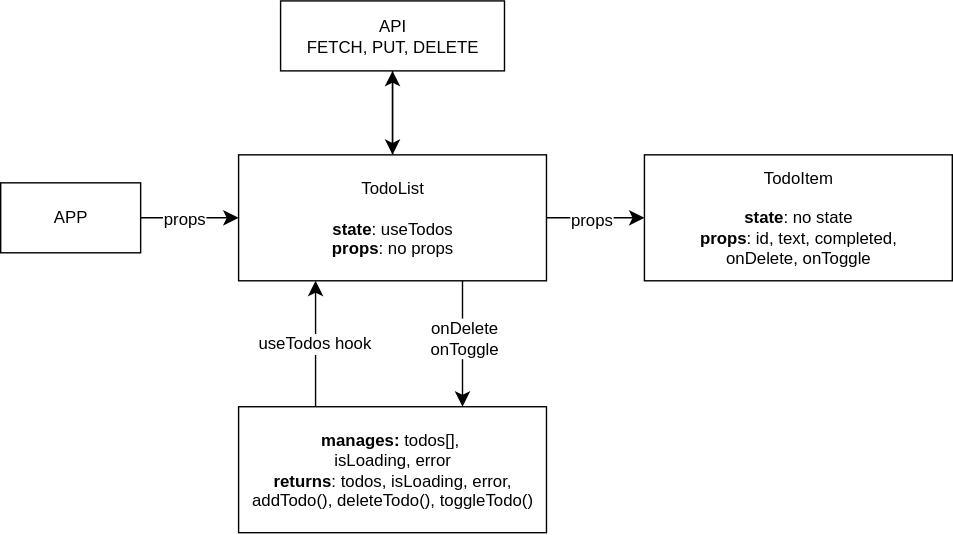
Above: lab4/Diagram.svg in bohdanmuko/ReactProject (draw.io), before the change. Source tidied: cells renumbered, new cells last; positions are measured from the earlier drawing's top-left corner, leaving out a move shared by most shapes.
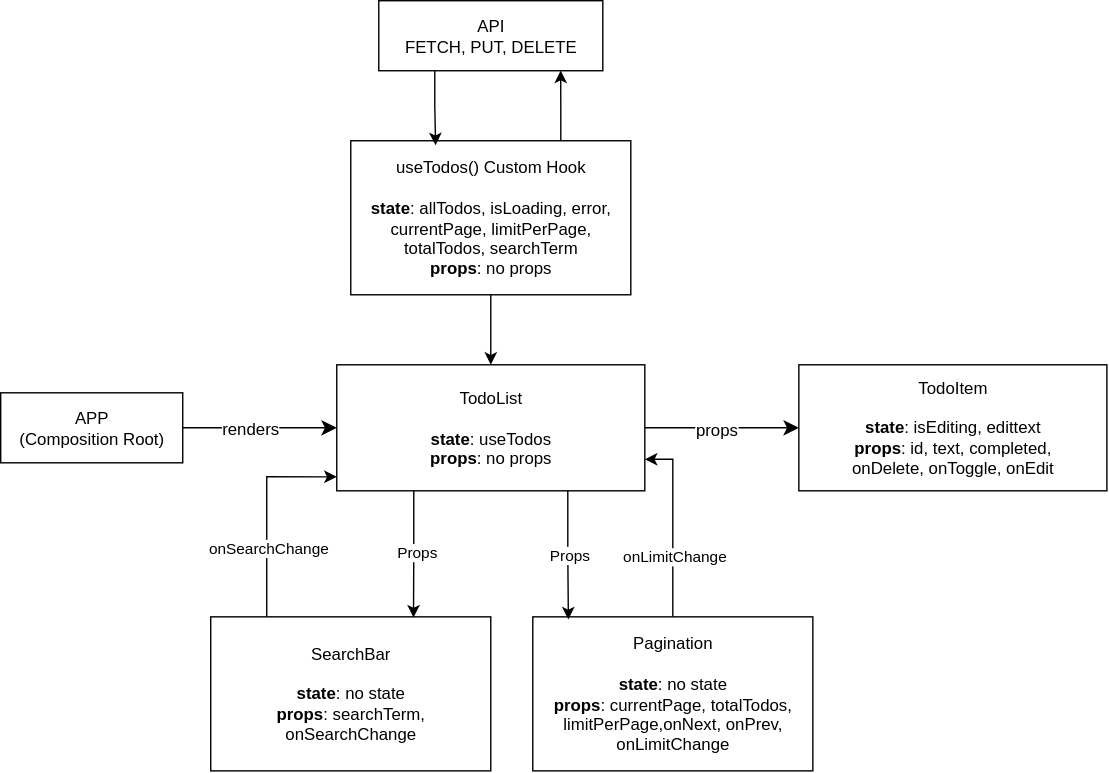
After the commit.

What changed in the source:
```diff
@@ -2,20 +2,17 @@
   <root>
     <mxCell id="0" />
     <mxCell id="1" parent="0" />
-    <mxCell id="2" style="edgeStyle=none;curved=1;rounded=0;jettySize=auto;html=1;exitX=0.5;exitY=1;exitDx=0;exitDy=0;entryX=0.5;entryY=0;entryDx=0;entryDy=0;fontSize=12;startSize=8;endSize=8;" parent="1" edge="1" source="3" target="12">
-      <mxGeometry relative="1" as="geometry" />
-    </mxCell>
     <mxCell id="3" value="API&lt;div&gt;FETCH, PUT, DELETE&lt;/div&gt;" style="rounded=0;whiteSpace=wrap;html=1;" parent="1" vertex="1">
-      <mxGeometry x="200" width="160" height="50" as="geometry" />
+      <mxGeometry x="150" y="-30" width="160" height="50" as="geometry" />
     </mxCell>
     <mxCell id="4" style="edgeStyle=none;curved=1;rounded=0;jettySize=auto;html=1;exitX=1;exitY=0.5;exitDx=0;exitDy=0;entryX=0;entryY=0.5;entryDx=0;entryDy=0;fontSize=12;startSize=8;endSize=8;" parent="1" edge="1" source="6" target="12">
       <mxGeometry relative="1" as="geometry" />
     </mxCell>
-    <mxCell id="5" value="props" style="edgeLabel;html=1;align=center;verticalAlign=middle;fontSize=12;" parent="4" vertex="1">
+    <mxCell id="5" value="renders" style="edgeLabel;html=1;align=center;verticalAlign=middle;fontSize=12;" parent="4" vertex="1">
       <mxGeometry x="-0.13" relative="1" as="geometry" />
     </mxCell>
-    <mxCell id="6" value="APP" style="rounded=0;whiteSpace=wrap;html=1;" parent="1" vertex="1">
-      <mxGeometry y="130" width="100" height="50" as="geometry" />
+    <mxCell id="6" value="APP&lt;br&gt;(Composition Root)" style="rounded=0;whiteSpace=wrap;html=1;" parent="1" vertex="1">
+      <mxGeometry x="-120" y="250" width="130" height="50" as="geometry" />
     </mxCell>
     <mxCell id="7" style="edgeStyle=none;curved=1;rounded=0;jettySize=auto;html=1;exitX=1;exitY=0.5;exitDx=0;exitDy=0;entryX=0;entryY=0.5;entryDx=0;entryDy=0;fontSize=12;startSize=8;endSize=8;" parent="1" edge="1" source="12" target="13">
       <mxGeometry relative="1" as="geometry" />
@@ -23,32 +20,61 @@
     <mxCell id="8" value="props" style="edgeLabel;html=1;align=center;verticalAlign=middle;fontSize=12;" parent="7" vertex="1">
       <mxGeometry x="-0.1" y="-1" relative="1" as="geometry" />
     </mxCell>
-    <mxCell id="9" style="edgeStyle=none;curved=1;rounded=0;jettySize=auto;html=1;exitX=0.5;exitY=0;exitDx=0;exitDy=0;entryX=0.5;entryY=1;entryDx=0;entryDy=0;fontSize=12;startSize=8;endSize=8;" parent="1" edge="1" source="12" target="3">
-      <mxGeometry relative="1" as="geometry" />
-    </mxCell>
-    <mxCell id="10" style="edgeStyle=none;curved=1;rounded=0;orthogonalLoop=1;jettySize=auto;html=1;exitX=0.5;exitY=1;exitDx=0;exitDy=0;entryX=0.5;entryY=0;entryDx=0;entryDy=0;fontSize=12;startSize=8;endSize=8;" parent="1" edge="1">
-      <mxGeometry relative="1" as="geometry">
-        <mxPoint x="330" y="200" as="sourcePoint" />
-        <mxPoint x="330" y="290" as="targetPoint" />
-      </mxGeometry>
-    </mxCell>
-    <mxCell id="11" value="onDelete&lt;br&gt;onToggle" style="edgeLabel;html=1;align=center;verticalAlign=middle;fontSize=12;" parent="10" vertex="1">
-      <mxGeometry x="-0.12" relative="1" as="geometry" />
-    </mxCell>
     <mxCell id="12" value="TodoList&lt;div&gt;&lt;br&gt;&lt;div&gt;&lt;b&gt;state&lt;/b&gt;: useTodos&lt;/div&gt;&lt;div&gt;&lt;b&gt;props&lt;/b&gt;: no props&lt;/div&gt;&lt;/div&gt;" style="rounded=0;whiteSpace=wrap;html=1;" parent="1" vertex="1">
-      <mxGeometry x="170" y="110" width="220" height="90" as="geometry" />
+      <mxGeometry x="120" y="230" width="220" height="90" as="geometry" />
     </mxCell>
-    <mxCell id="13" value="TodoItem&lt;div&gt;&lt;br&gt;&lt;/div&gt;&lt;div&gt;&lt;b&gt;state&lt;/b&gt;: no state&lt;/div&gt;&lt;div&gt;&lt;b&gt;props&lt;/b&gt;: id, text, completed,&lt;/div&gt;&lt;div&gt;onDelete, onToggle&lt;/div&gt;" style="rounded=0;whiteSpace=wrap;html=1;" parent="1" vertex="1">
-      <mxGeometry x="460" y="110" width="220" height="90" as="geometry" />
+    <mxCell id="13" value="TodoItem&lt;div&gt;&lt;br&gt;&lt;/div&gt;&lt;div&gt;&lt;b&gt;state&lt;/b&gt;: isEditing, edittext&lt;/div&gt;&lt;div&gt;&lt;b&gt;props&lt;/b&gt;: id, text, completed,&lt;/div&gt;&lt;div&gt;onDelete, onToggle, onEdit&lt;/div&gt;" style="rounded=0;whiteSpace=wrap;html=1;" parent="1" vertex="1">
+      <mxGeometry x="450" y="230" width="220" height="90" as="geometry" />
     </mxCell>
-    <mxCell id="14" style="edgeStyle=none;curved=1;rounded=0;jettySize=auto;html=1;exitX=0.25;exitY=0;exitDx=0;exitDy=0;entryX=0.25;entryY=1;entryDx=0;entryDy=0;fontSize=12;startSize=8;endSize=8;" parent="1" edge="1" source="16" target="12">
-      <mxGeometry relative="1" as="geometry" />
-    </mxCell>
-    <mxCell id="15" value="useTodos hook" style="edgeLabel;html=1;align=center;verticalAlign=middle;fontSize=12;" parent="14" vertex="1">
-      <mxGeometry x="0.02" y="2" relative="1" as="geometry" />
-    </mxCell>
-    <mxCell id="16" value="&lt;div&gt;&lt;b style=&quot;background-color: transparent; color: light-dark(rgb(0, 0, 0), rgb(255, 255, 255));&quot;&gt;manages: &lt;/b&gt;&lt;span style=&quot;background-color: transparent; color: light-dark(rgb(0, 0, 0), rgb(255, 255, 255));&quot;&gt;todos[],&amp;nbsp;&lt;/span&gt;&lt;/div&gt;&lt;div&gt;&lt;div&gt;isLoading,&amp;nbsp;&lt;span style=&quot;background-color: transparent; color: light-dark(rgb(0, 0, 0), rgb(255, 255, 255));&quot;&gt;error&lt;/span&gt;&lt;/div&gt;&lt;/div&gt;&lt;div&gt;&lt;span style=&quot;background-color: transparent; color: light-dark(rgb(0, 0, 0), rgb(255, 255, 255));&quot;&gt;&lt;b&gt;returns&lt;/b&gt;: todos, isLoading, error,&lt;/span&gt;&lt;/div&gt;&lt;div&gt;&lt;span style=&quot;background-color: transparent; color: light-dark(rgb(0, 0, 0), rgb(255, 255, 255));&quot;&gt;addTodo(), deleteTodo(), toggleTodo()&lt;/span&gt;&lt;/div&gt;" style="rounded=0;whiteSpace=wrap;html=1;" parent="1" vertex="1">
-      <mxGeometry x="170" y="290" width="220" height="90" as="geometry" />
-    </mxCell>
+    <mxCell id="17" value="SearchBar&lt;div&gt;&lt;br&gt;&lt;/div&gt;&lt;div&gt;&lt;b&gt;state&lt;/b&gt;: no state&lt;/div&gt;&lt;div&gt;&lt;b&gt;props&lt;/b&gt;: searchTerm, onSearchChange&lt;/div&gt;" style="rounded=0;whiteSpace=wrap;html=1;" parent="1" vertex="1">
+      <mxGeometry x="30" y="410" width="200" height="110" as="geometry" />
+    </mxCell>
+    <mxCell id="18" style="edgeStyle=orthogonalEdgeStyle;rounded=0;jettySize=auto;html=1;exitX=0.5;exitY=0;exitDx=0;exitDy=0;entryX=1;entryY=0.75;entryDx=0;entryDy=0;" parent="1" edge="1" source="20" target="12">
+      <mxGeometry relative="1" as="geometry" />
+    </mxCell>
+    <mxCell id="19" value="onLimitChange" style="edgeLabel;html=1;align=center;verticalAlign=middle;" parent="18" vertex="1">
+      <mxGeometry x="-0.32" y="-1" relative="1" as="geometry">
+        <mxPoint x="-1" y="2" as="offset" />
+      </mxGeometry>
+    </mxCell>
+    <mxCell id="20" value="Pagination&lt;div&gt;&lt;br&gt;&lt;/div&gt;&lt;div&gt;&lt;b&gt;state&lt;/b&gt;: no state&lt;/div&gt;&lt;div&gt;&lt;b&gt;props&lt;/b&gt;: currentPage, totalTodos, limitPerPage,onNext, onPrev, onLimitChange&lt;/div&gt;" style="rounded=0;whiteSpace=wrap;html=1;" parent="1" vertex="1">
+      <mxGeometry x="260" y="410" width="200" height="110" as="geometry" />
+    </mxCell>
+    <mxCell id="21" style="edgeStyle=orthogonalEdgeStyle;rounded=0;jettySize=auto;html=1;entryX=0.5;entryY=0;entryDx=0;entryDy=0;" parent="1" edge="1" source="22" target="12">
+      <mxGeometry relative="1" as="geometry" />
+    </mxCell>
+    <mxCell id="22" value="useTodos() Custom Hook&lt;div&gt;&lt;br&gt;&lt;/div&gt;&lt;div&gt;&lt;b&gt;state&lt;/b&gt;: allTodos, isLoading, error, currentPage, limitPerPage, totalTodos, searchTerm&lt;/div&gt;&lt;div&gt;&lt;b&gt;props&lt;/b&gt;: no props&lt;/div&gt;" style="rounded=0;whiteSpace=wrap;html=1;" parent="1" vertex="1">
+      <mxGeometry x="130" y="70" width="200" height="110" as="geometry" />
+    </mxCell>
+    <mxCell id="23" style="edgeStyle=orthogonalEdgeStyle;rounded=0;jettySize=auto;html=1;exitX=0.75;exitY=0;exitDx=0;exitDy=0;entryX=0.812;entryY=0.997;entryDx=0;entryDy=0;entryPerimeter=0;" parent="1" edge="1" source="22" target="3">
+      <mxGeometry relative="1" as="geometry" />
+    </mxCell>
+    <mxCell id="24" style="edgeStyle=orthogonalEdgeStyle;rounded=0;jettySize=auto;html=1;exitX=0.25;exitY=1;exitDx=0;exitDy=0;entryX=0.303;entryY=0.029;entryDx=0;entryDy=0;entryPerimeter=0;" parent="1" edge="1" source="3" target="22">
+      <mxGeometry relative="1" as="geometry" />
+    </mxCell>
+    <mxCell id="25" style="edgeStyle=orthogonalEdgeStyle;rounded=0;jettySize=auto;html=1;exitX=0.75;exitY=1;exitDx=0;exitDy=0;entryX=0.127;entryY=0.017;entryDx=0;entryDy=0;entryPerimeter=0;" parent="1" edge="1" source="12" target="20">
+      <mxGeometry relative="1" as="geometry" />
+    </mxCell>
+    <mxCell id="26" value="Props" style="edgeLabel;html=1;align=center;verticalAlign=middle;" parent="25" vertex="1">
+      <mxGeometry x="-0.01" relative="1" as="geometry" />
+    </mxCell>
+    <mxCell id="27" style="edgeStyle=orthogonalEdgeStyle;rounded=0;jettySize=auto;html=1;exitX=0.25;exitY=1;exitDx=0;exitDy=0;entryX=0.724;entryY=0.005;entryDx=0;entryDy=0;entryPerimeter=0;" parent="1" edge="1" source="12" target="17">
+      <mxGeometry relative="1" as="geometry" />
+    </mxCell>
+    <mxCell id="28" value="Props" style="edgeLabel;html=1;align=center;verticalAlign=middle;" parent="27" vertex="1">
+      <mxGeometry x="-0.05" y="1" relative="1" as="geometry" />
+    </mxCell>
+    <mxCell id="29" style="edgeStyle=orthogonalEdgeStyle;rounded=0;jettySize=auto;html=1;entryX=0;entryY=0.889;entryDx=0;entryDy=0;entryPerimeter=0;" parent="1" edge="1" source="17" target="12">
+      <mxGeometry relative="1" as="geometry">
+        <Array as="points">
+          <mxPoint x="70" y="310" />
+        </Array>
+      </mxGeometry>
+    </mxCell>
+    <mxCell id="30" value="onSearchChange" style="edgeLabel;html=1;align=center;verticalAlign=middle;" parent="29" vertex="1">
+      <mxGeometry x="0.03" y="-1" relative="1" as="geometry">
+        <mxPoint x="-1" y="27" as="offset" />
+      </mxGeometry>
+    </mxCell>
   </root>
 </mxGraphModel>
```
